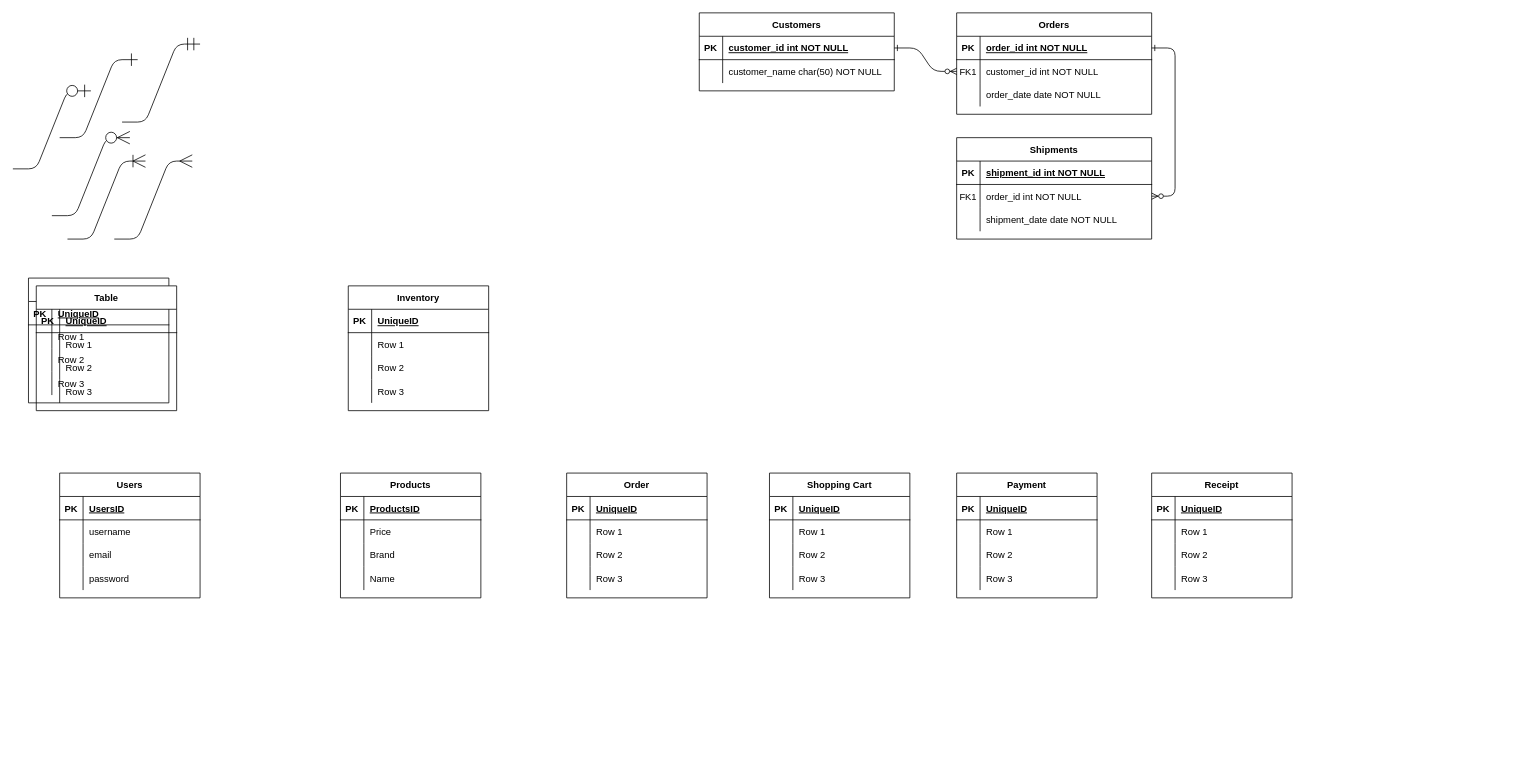
Before: projectArchives/DataDiagram.drawio in 0xl30z1n/OOP_coursework, a draw.io diagram. Source tidied: cells renumbered, new cells numbered last; positions are measured from the earlier drawing's top-left corner, leaving out a move shared by most shapes. Both pictures are drawn from the tidied source at 78%, with x=0, y=0 at pixel (12, 12).
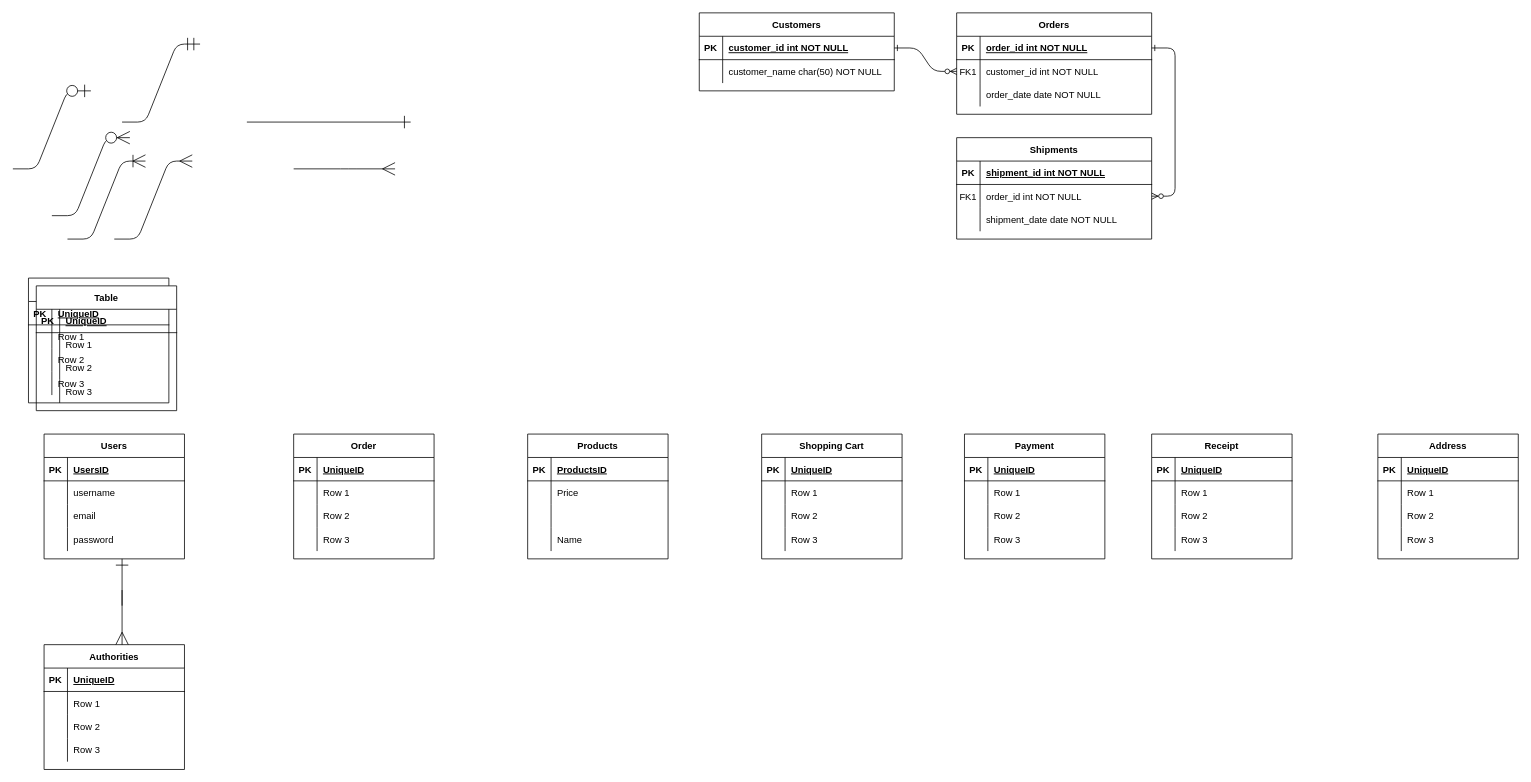
The same page after the edit.

The change refers to these unchanged cells:
```xml
<mxCell id="57" style="shape=partialRectangle;fillColor=none;top=0;left=0;bottom=0;right=0;" parent="50" vertex="1">
  <mxGeometry y="90" width="180" height="30" as="geometry" />
</mxCell>
```

The edit, as a diff of the source:
```diff
@@
-    <mxCell id="47" style="edgeStyle=entityRelationEdgeStyle;fontSize=12;html=1;endArrow=ERone;endFill=1;startSize=14;endSize=14;sourcePerimeterSpacing=8;targetPerimeterSpacing=8;" parent="1" edge="1">
+    <mxCell id="47" style="fontSize=12;html=1;endArrow=ERone;endFill=1;startSize=14;endSize=14;sourcePerimeterSpacing=8;targetPerimeterSpacing=8;" parent="1" edge="1">
       <mxGeometry relative="1" as="geometry">
-        <mxPoint x="60" y="160" as="sourcePoint" />
-        <mxPoint x="160" y="60" as="targetPoint" />
+        <mxPoint x="300" y="140" as="sourcePoint" />
+        <mxPoint x="510" y="140" as="targetPoint" />
       </mxGeometry>
     </mxCell>
@@
     <mxCell id="50" value="Products" style="shape=table;startSize=30;childLayout=tableLayout;rowLines=0;fontStyle=1;align=center;hachureGap=4;" parent="1" vertex="1">
-      <mxGeometry x="420" y="590" width="180" height="160" as="geometry" />
+      <mxGeometry x="660" y="540" width="180" height="160" as="geometry" />
     </mxCell>
@@
-    <mxCell id="59" value="Brand" style="shape=partialRectangle;fillColor=none;top=0;left=0;bottom=0;right=0;align=left;spacingLeft=6;overflow=hidden;" parent="57" vertex="1">
+    <mxCell id="59" style="shape=partialRectangle;fillColor=none;top=0;left=0;bottom=0;right=0;align=left;spacingLeft=6;overflow=hidden;" parent="57" vertex="1">
       <mxGeometry x="30" width="150" height="30" as="geometry" />
     </mxCell>
@@
     <mxCell id="63" value="Users" style="shape=table;startSize=30;childLayout=tableLayout;rowLines=0;fontStyle=1;align=center;hachureGap=4;" parent="1" vertex="1">
-      <mxGeometry x="60" y="590" width="180" height="160" as="geometry" />
+      <mxGeometry x="40" y="540" width="180" height="160" as="geometry" />
     </mxCell>
@@
     <mxCell id="76" value="Order" style="shape=table;startSize=30;childLayout=tableLayout;rowLines=0;fontStyle=1;align=center;hachureGap=4;" parent="1" vertex="1">
-      <mxGeometry x="710" y="590" width="180" height="160" as="geometry" />
+      <mxGeometry x="360" y="540" width="180" height="160" as="geometry" />
     </mxCell>
@@
-    <mxCell id="89" value="Inventory" style="shape=table;startSize=30;childLayout=tableLayout;rowLines=0;fontStyle=1;align=center;hachureGap=4;" parent="1" vertex="1">
-      <mxGeometry x="430" y="350" width="180" height="160" as="geometry" />
-    </mxCell>
-    <mxCell id="90" style="shape=partialRectangle;fillColor=none;top=0;left=0;bottom=1;right=0;" parent="89" vertex="1">
-      <mxGeometry y="30" width="180" height="30" as="geometry" />
-    </mxCell>
-    <mxCell id="91" value="PK" style="shape=partialRectangle;fillColor=none;top=0;left=0;bottom=0;right=0;fontStyle=1;overflow=hidden;" parent="90" vertex="1">
-      <mxGeometry width="30" height="30" as="geometry" />
-    </mxCell>
-    <mxCell id="92" value="UniqueID" style="shape=partialRectangle;fillColor=none;top=0;left=0;bottom=0;right=0;align=left;spacingLeft=6;fontStyle=5;overflow=hidden;" parent="90" vertex="1">
-      <mxGeometry x="30" width="150" height="30" as="geometry" />
-    </mxCell>
-    <mxCell id="93" style="shape=partialRectangle;fillColor=none;top=0;left=0;bottom=0;right=0;" parent="89" vertex="1">
-      <mxGeometry y="60" width="180" height="30" as="geometry" />
-    </mxCell>
-    <mxCell id="94" style="shape=partialRectangle;fillColor=none;top=0;left=0;bottom=0;right=0;overflow=hidden;" parent="93" vertex="1">
-      <mxGeometry width="30" height="30" as="geometry" />
-    </mxCell>
-    <mxCell id="95" value="Row 1" style="shape=partialRectangle;fillColor=none;top=0;left=0;bottom=0;right=0;align=left;spacingLeft=6;overflow=hidden;" parent="93" vertex="1">
-      <mxGeometry x="30" width="150" height="30" as="geometry" />
-    </mxCell>
-    <mxCell id="96" style="shape=partialRectangle;fillColor=none;top=0;left=0;bottom=0;right=0;" parent="89" vertex="1">
-      <mxGeometry y="90" width="180" height="30" as="geometry" />
-    </mxCell>
-    <mxCell id="97" style="shape=partialRectangle;fillColor=none;top=0;left=0;bottom=0;right=0;overflow=hidden;" parent="96" vertex="1">
-      <mxGeometry width="30" height="30" as="geometry" />
-    </mxCell>
-    <mxCell id="98" value="Row 2" style="shape=partialRectangle;fillColor=none;top=0;left=0;bottom=0;right=0;align=left;spacingLeft=6;overflow=hidden;" parent="96" vertex="1">
-      <mxGeometry x="30" width="150" height="30" as="geometry" />
-    </mxCell>
-    <mxCell id="99" style="shape=partialRectangle;fillColor=none;top=0;left=0;bottom=0;right=0;" parent="89" vertex="1">
-      <mxGeometry y="120" width="180" height="30" as="geometry" />
-    </mxCell>
-    <mxCell id="100" style="shape=partialRectangle;fillColor=none;top=0;left=0;bottom=0;right=0;overflow=hidden;" parent="99" vertex="1">
-      <mxGeometry width="30" height="30" as="geometry" />
-    </mxCell>
-    <mxCell id="101" value="Row 3" style="shape=partialRectangle;fillColor=none;top=0;left=0;bottom=0;right=0;align=left;spacingLeft=6;overflow=hidden;" parent="99" vertex="1">
-      <mxGeometry x="30" width="150" height="30" as="geometry" />
-    </mxCell>
     <mxCell id="102" value="Shopping Cart" style="shape=table;startSize=30;childLayout=tableLayout;rowLines=0;fontStyle=1;align=center;hachureGap=4;" parent="1" vertex="1">
-      <mxGeometry x="970" y="590" width="180" height="160" as="geometry" />
+      <mxGeometry x="960" y="540" width="180" height="160" as="geometry" />
     </mxCell>
@@
     <mxCell id="128" value="Receipt" style="shape=table;startSize=30;childLayout=tableLayout;rowLines=0;fontStyle=1;align=center;hachureGap=4;" parent="1" vertex="1">
-      <mxGeometry x="1460" y="590" width="180" height="160" as="geometry" />
+      <mxGeometry x="1460" y="540" width="180" height="160" as="geometry" />
     </mxCell>
@@
     <mxCell id="141" value="Payment" style="shape=table;startSize=30;childLayout=tableLayout;rowLines=0;fontStyle=1;align=center;hachureGap=4;" parent="1" vertex="1">
-      <mxGeometry x="1210" y="590" width="180" height="160" as="geometry" />
+      <mxGeometry x="1220" y="540" width="180" height="160" as="geometry" />
     </mxCell>
@@
+    <mxCell id="154" value="Authorities" style="shape=table;startSize=30;childLayout=tableLayout;rowLines=0;fontStyle=1;align=center;hachureGap=4;" parent="1" vertex="1">
+      <mxGeometry x="40" y="810" width="180" height="160" as="geometry" />
+    </mxCell>
+    <mxCell id="155" style="shape=partialRectangle;fillColor=none;top=0;left=0;bottom=1;right=0;" parent="154" vertex="1">
+      <mxGeometry y="30" width="180" height="30" as="geometry" />
+    </mxCell>
+    <mxCell id="156" value="PK" style="shape=partialRectangle;fillColor=none;top=0;left=0;bottom=0;right=0;fontStyle=1;overflow=hidden;" parent="155" vertex="1">
+      <mxGeometry width="30" height="30" as="geometry" />
+    </mxCell>
+    <mxCell id="157" value="UniqueID" style="shape=partialRectangle;fillColor=none;top=0;left=0;bottom=0;right=0;align=left;spacingLeft=6;fontStyle=5;overflow=hidden;" parent="155" vertex="1">
+      <mxGeometry x="30" width="150" height="30" as="geometry" />
+    </mxCell>
+    <mxCell id="158" style="shape=partialRectangle;fillColor=none;top=0;left=0;bottom=0;right=0;" parent="154" vertex="1">
+      <mxGeometry y="60" width="180" height="30" as="geometry" />
+    </mxCell>
+    <mxCell id="159" style="shape=partialRectangle;fillColor=none;top=0;left=0;bottom=0;right=0;overflow=hidden;" parent="158" vertex="1">
+      <mxGeometry width="30" height="30" as="geometry" />
+    </mxCell>
+    <mxCell id="160" value="Row 1" style="shape=partialRectangle;fillColor=none;top=0;left=0;bottom=0;right=0;align=left;spacingLeft=6;overflow=hidden;" parent="158" vertex="1">
+      <mxGeometry x="30" width="150" height="30" as="geometry" />
+    </mxCell>
+    <mxCell id="161" style="shape=partialRectangle;fillColor=none;top=0;left=0;bottom=0;right=0;" parent="154" vertex="1">
+      <mxGeometry y="90" width="180" height="30" as="geometry" />
+    </mxCell>
+    <mxCell id="162" style="shape=partialRectangle;fillColor=none;top=0;left=0;bottom=0;right=0;overflow=hidden;" parent="161" vertex="1">
+      <mxGeometry width="30" height="30" as="geometry" />
+    </mxCell>
+    <mxCell id="163" value="Row 2" style="shape=partialRectangle;fillColor=none;top=0;left=0;bottom=0;right=0;align=left;spacingLeft=6;overflow=hidden;" parent="161" vertex="1">
+      <mxGeometry x="30" width="150" height="30" as="geometry" />
+    </mxCell>
+    <mxCell id="164" style="shape=partialRectangle;fillColor=none;top=0;left=0;bottom=0;right=0;" parent="154" vertex="1">
+      <mxGeometry y="120" width="180" height="30" as="geometry" />
+    </mxCell>
+    <mxCell id="165" style="shape=partialRectangle;fillColor=none;top=0;left=0;bottom=0;right=0;overflow=hidden;" parent="164" vertex="1">
+      <mxGeometry width="30" height="30" as="geometry" />
+    </mxCell>
+    <mxCell id="166" value="Row 3" style="shape=partialRectangle;fillColor=none;top=0;left=0;bottom=0;right=0;align=left;spacingLeft=6;overflow=hidden;" parent="164" vertex="1">
+      <mxGeometry x="30" width="150" height="30" as="geometry" />
+    </mxCell>
+    <mxCell id="167" style="fontSize=12;html=1;endArrow=ERone;endFill=1;startSize=14;endSize=14;sourcePerimeterSpacing=8;targetPerimeterSpacing=8;" parent="1" edge="1">
+      <mxGeometry relative="1" as="geometry">
+        <mxPoint x="140" y="760" as="sourcePoint" />
+        <mxPoint x="140" y="700" as="targetPoint" />
+      </mxGeometry>
+    </mxCell>
+    <mxCell id="168" style="fontSize=12;html=1;endArrow=ERmany;startSize=14;endSize=14;sourcePerimeterSpacing=8;targetPerimeterSpacing=8;" parent="1" edge="1">
+      <mxGeometry relative="1" as="geometry">
+        <mxPoint x="360" y="200" as="sourcePoint" />
+        <mxPoint x="490" y="200" as="targetPoint" />
+        <Array as="points">
+          <mxPoint x="430" y="200" />
+        </Array>
+      </mxGeometry>
+    </mxCell>
+    <mxCell id="169" style="fontSize=12;html=1;endArrow=ERmany;startSize=14;endSize=14;sourcePerimeterSpacing=8;targetPerimeterSpacing=8;" parent="1" edge="1">
+      <mxGeometry relative="1" as="geometry">
+        <mxPoint x="140" y="740" as="sourcePoint" />
+        <mxPoint x="140" y="810" as="targetPoint" />
+      </mxGeometry>
+    </mxCell>
+    <mxCell id="170" value="Address" style="shape=table;startSize=30;childLayout=tableLayout;rowLines=0;fontStyle=1;align=center;hachureGap=4;" parent="1" vertex="1">
+      <mxGeometry x="1750" y="540" width="180" height="160" as="geometry" />
+    </mxCell>
+    <mxCell id="171" style="shape=partialRectangle;fillColor=none;top=0;left=0;bottom=1;right=0;" parent="170" vertex="1">
+      <mxGeometry y="30" width="180" height="30" as="geometry" />
+    </mxCell>
+    <mxCell id="172" value="PK" style="shape=partialRectangle;fillColor=none;top=0;left=0;bottom=0;right=0;fontStyle=1;overflow=hidden;" parent="171" vertex="1">
+      <mxGeometry width="30" height="30" as="geometry" />
+    </mxCell>
+    <mxCell id="173" value="UniqueID" style="shape=partialRectangle;fillColor=none;top=0;left=0;bottom=0;right=0;align=left;spacingLeft=6;fontStyle=5;overflow=hidden;" parent="171" vertex="1">
+      <mxGeometry x="30" width="150" height="30" as="geometry" />
+    </mxCell>
+    <mxCell id="174" style="shape=partialRectangle;fillColor=none;top=0;left=0;bottom=0;right=0;" parent="170" vertex="1">
+      <mxGeometry y="60" width="180" height="30" as="geometry" />
+    </mxCell>
+    <mxCell id="175" style="shape=partialRectangle;fillColor=none;top=0;left=0;bottom=0;right=0;overflow=hidden;" parent="174" vertex="1">
+      <mxGeometry width="30" height="30" as="geometry" />
+    </mxCell>
+    <mxCell id="176" value="Row 1" style="shape=partialRectangle;fillColor=none;top=0;left=0;bottom=0;right=0;align=left;spacingLeft=6;overflow=hidden;" parent="174" vertex="1">
+      <mxGeometry x="30" width="150" height="30" as="geometry" />
+    </mxCell>
+    <mxCell id="177" style="shape=partialRectangle;fillColor=none;top=0;left=0;bottom=0;right=0;" parent="170" vertex="1">
+      <mxGeometry y="90" width="180" height="30" as="geometry" />
+    </mxCell>
+    <mxCell id="178" style="shape=partialRectangle;fillColor=none;top=0;left=0;bottom=0;right=0;overflow=hidden;" parent="177" vertex="1">
+      <mxGeometry width="30" height="30" as="geometry" />
+    </mxCell>
+    <mxCell id="179" value="Row 2" style="shape=partialRectangle;fillColor=none;top=0;left=0;bottom=0;right=0;align=left;spacingLeft=6;overflow=hidden;" parent="177" vertex="1">
+      <mxGeometry x="30" width="150" height="30" as="geometry" />
+    </mxCell>
+    <mxCell id="180" style="shape=partialRectangle;fillColor=none;top=0;left=0;bottom=0;right=0;" parent="170" vertex="1">
+      <mxGeometry y="120" width="180" height="30" as="geometry" />
+    </mxCell>
+    <mxCell id="181" style="shape=partialRectangle;fillColor=none;top=0;left=0;bottom=0;right=0;overflow=hidden;" parent="180" vertex="1">
+      <mxGeometry width="30" height="30" as="geometry" />
+    </mxCell>
+    <mxCell id="182" value="Row 3" style="shape=partialRectangle;fillColor=none;top=0;left=0;bottom=0;right=0;align=left;spacingLeft=6;overflow=hidden;" parent="180" vertex="1">
+      <mxGeometry x="30" width="150" height="30" as="geometry" />
+    </mxCell>
```
